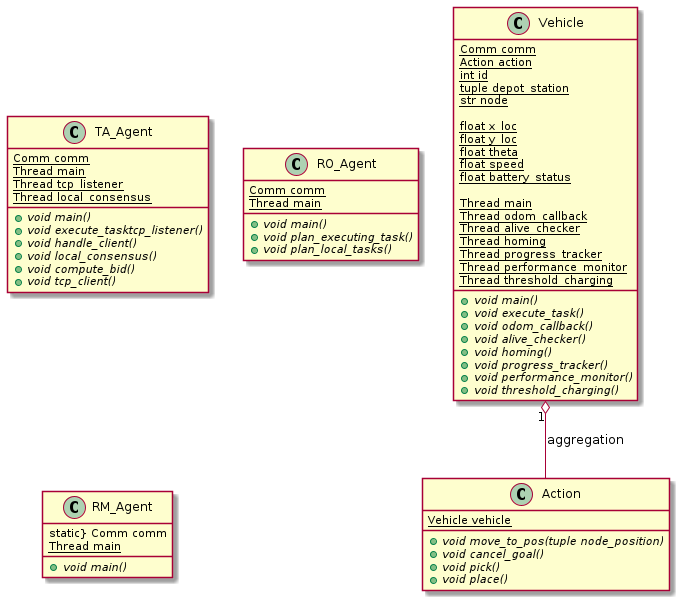
This is robotino_core/docs/out/class_diagram.png from MatthiasDR96/robotino_control, a PlantUML export, as it was before one commit.
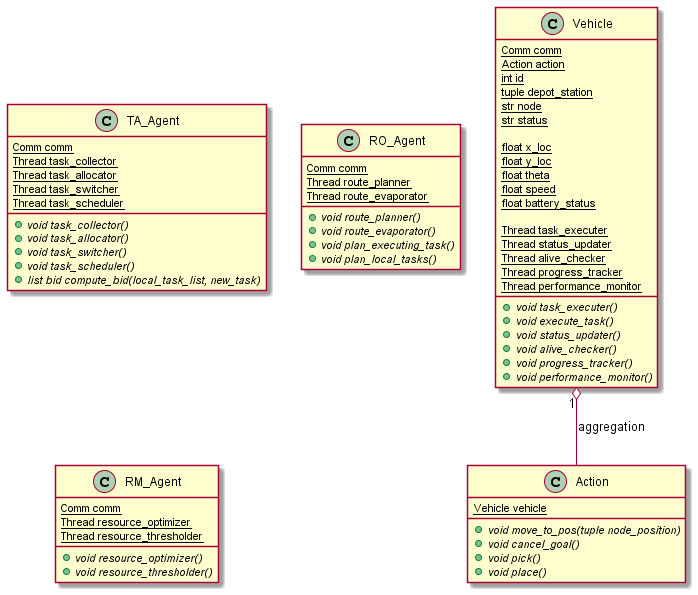
After the commit.

Change to the diagram source:
```diff
@@ -1,4 +1,4 @@
-@startuml
+@startuml class_diagram
 
 class Action {
 
@@ -18,6 +18,7 @@
     {static} int id
     {static} tuple depot_station
     {static} str node
+    {static} str status
 
     {static} float x_loc
     {static} float y_loc
@@ -25,47 +26,45 @@
     {static} float speed
     {static} float battery_status
 
-    {static} Thread main
-    {static} Thread odom_callback
+    {static} Thread task_executer
+    {static} Thread status_updater
     {static} Thread alive_checker
-    {static} Thread homing
     {static} Thread progress_tracker
     {static} Thread performance_monitor
-    {static} Thread threshold_charging
 
-    +void {abstract} main()
+    +void {abstract} task_executer()
     +void {abstract} execute_task()
-    +void {abstract} odom_callback()
+    +void {abstract} status_updater()
     +void {abstract} alive_checker()
-    +void {abstract} homing()
     +void {abstract} progress_tracker()
     +void {abstract} performance_monitor()
-    +void {abstract} threshold_charging()
 
 }
 
 class TA_Agent {
 
     {static} Comm comm
-    {static} Thread main
-    {static} Thread tcp_listener
-    {static} Thread local_consensus
+    {static} Thread task_collector
+    {static} Thread task_allocator
+    {static} Thread task_switcher
+    {static} Thread task_scheduler
 
-    +void {abstract} main()
-    +void {abstract} execute_tasktcp_listener()
-    +void {abstract} handle_client()
-    +void {abstract} local_consensus()
-    +void {abstract} compute_bid()
-    +void {abstract} tcp_client()
+    +void {abstract} task_collector()
+    +void {abstract} task_allocator()
+    +void {abstract} task_switcher()
+    +void {abstract} task_scheduler()
+    +list bid {abstract} compute_bid(local_task_list, new_task)
 
 }
 
 class RO_Agent {
 
     {static} Comm comm
-    {static} Thread main
+    {static} Thread route_planner
+    {static} Thread route_evaporator
 
-    +void {abstract} main()
+    +void {abstract} route_planner()
+    +void {abstract} route_evaporator()
     +void {abstract} plan_executing_task()
     +void {abstract} plan_local_tasks()
 
@@ -73,10 +72,12 @@
 
 class RM_Agent {
 
-    static} Comm comm
-    {static} Thread main
+    {static} Comm comm
+    {static} Thread resource_optimizer
+    {static} Thread resource_thresholder
 
-    +void {abstract} main()
+    +void {abstract} resource_optimizer()
+    +void {abstract} resource_thresholder()
 
 }
 
```
